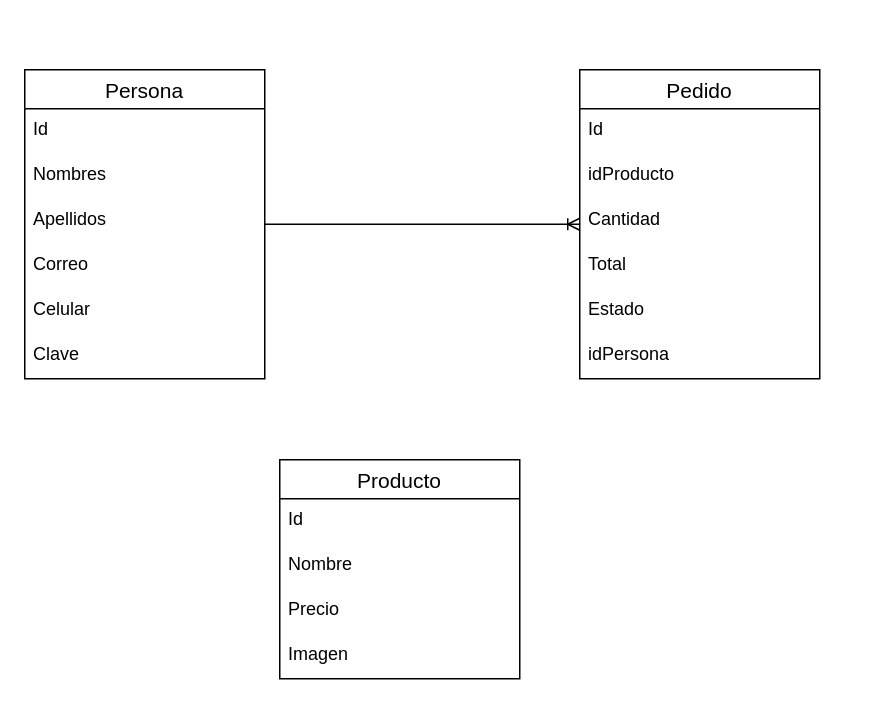
b0n1ll4ndr3y/ProjectsCicloIV keeps this draw.io diagram as DC s2.drawio. Above is the earlier version. Source tidied: cells renumbered, new cells numbered last; positions are measured from the earlier drawing's top-left corner, leaving out a move shared by most shapes. Both pictures are drawn from the tidied source at 150%, with x=0, y=0 at pixel (24, 69).
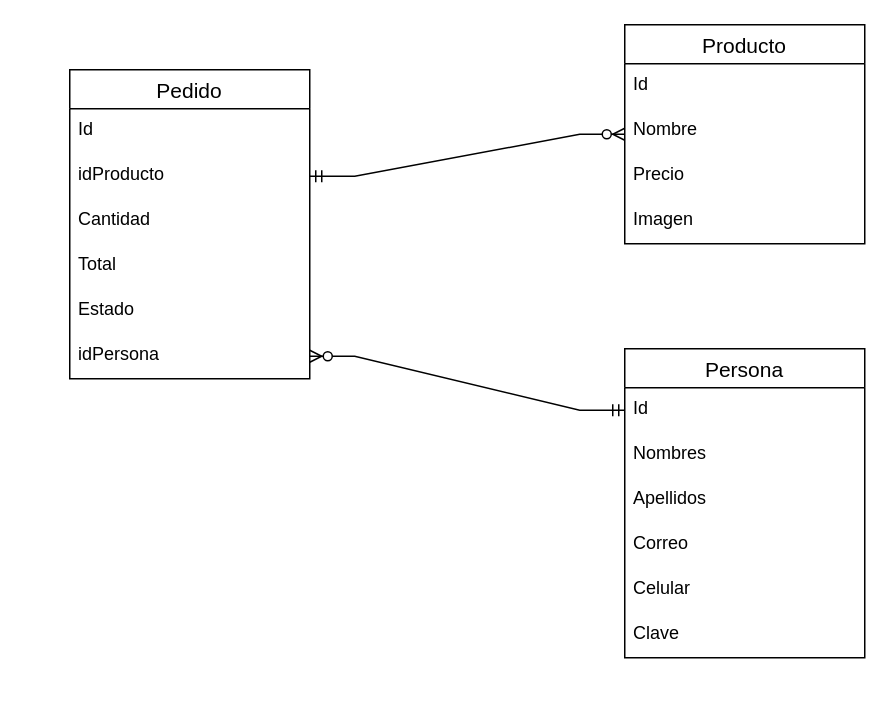
The same page after the edit.

Unchanged cells that the change refers to:
```xml
<mxCell id="3" value="Id" style="text;strokeColor=none;fillColor=none;spacingLeft=4;spacingRight=4;overflow=hidden;points=[[0,0.5],[1,0.5]];portConstraint=eastwest;fontSize=12;fontColor=default;" parent="2" vertex="1">
  <mxGeometry y="26" width="160" height="30" as="geometry" />
</mxCell>
<mxCell id="11" value="idProducto" style="text;strokeColor=none;fillColor=none;spacingLeft=4;spacingRight=4;overflow=hidden;points=[[0,0.5],[1,0.5]];portConstraint=eastwest;fontSize=12;fontColor=default;" parent="9" vertex="1">
  <mxGeometry y="56" width="160" height="30" as="geometry" />
</mxCell>
<mxCell id="15" value="idPersona" style="text;strokeColor=none;fillColor=none;spacingLeft=4;spacingRight=4;overflow=hidden;points=[[0,0.5],[1,0.5]];portConstraint=eastwest;fontSize=12;fontColor=default;" parent="9" vertex="1">
  <mxGeometry y="176" width="160" height="30" as="geometry" />
</mxCell>
```

The edit, as a diff of the source:
```diff
@@
     <mxCell id="2" value="Persona" style="swimlane;fontStyle=0;horizontal=1;startSize=26;align=center;fontSize=14;fillColor=default;strokeColor=default;fontColor=default;" parent="1" vertex="1">
-      <mxGeometry width="160" height="206" as="geometry" />
+      <mxGeometry x="400" y="186" width="160" height="206" as="geometry" />
     </mxCell>
@@
     <mxCell id="9" value="Pedido" style="swimlane;fontStyle=0;horizontal=1;startSize=26;align=center;fontSize=14;fontColor=default;fillColor=default;strokeColor=default;" parent="1" vertex="1">
-      <mxGeometry x="370" width="160" height="206" as="geometry" />
+      <mxGeometry x="30" width="160" height="206" as="geometry" />
     </mxCell>
@@
-    <mxCell id="16" style="edgeStyle=entityRelationEdgeStyle;fontSize=12;html=1;endArrow=ERoneToMany;rounded=0;" parent="1" edge="1" source="2" target="9">
-      <mxGeometry relative="1" as="geometry" />
-    </mxCell>
     <mxCell id="17" value="Producto" style="swimlane;fontStyle=0;horizontal=1;startSize=26;align=center;fontSize=14;" parent="1" vertex="1">
-      <mxGeometry x="170" y="260" width="160" height="146" as="geometry" />
+      <mxGeometry x="400" y="-30" width="160" height="146" as="geometry" />
     </mxCell>
@@
+    <mxCell id="22" style="edgeStyle=entityRelationEdgeStyle;fontSize=12;html=1;endArrow=ERzeroToMany;startArrow=ERmandOne;rounded=0;" parent="1" edge="1" source="3" target="15">
+      <mxGeometry relative="1" as="geometry" />
+    </mxCell>
+    <mxCell id="23" style="edgeStyle=entityRelationEdgeStyle;fontSize=12;html=1;endArrow=ERzeroToMany;startArrow=ERmandOne;rounded=0;" parent="1" edge="1" source="11" target="17">
+      <mxGeometry relative="1" as="geometry" />
+    </mxCell>
```
